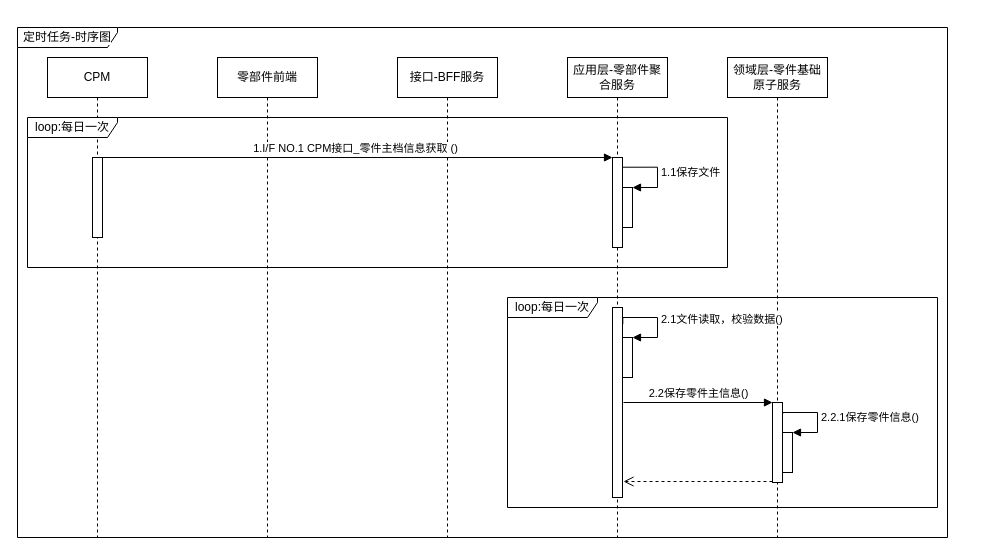
1132489442/gitRepository1 keeps this draw.io diagram as page "定时任务-行为图" (2 of 4) of 零件主信息.drawio. Above is the earlier version. Source tidied: cells renumbered, new cells numbered last; positions are measured from the earlier drawing's top-left corner, leaving out a move shared by most shapes. Both pictures are drawn from the tidied source at 100%, with x=0, y=0 at pixel (17, 27).
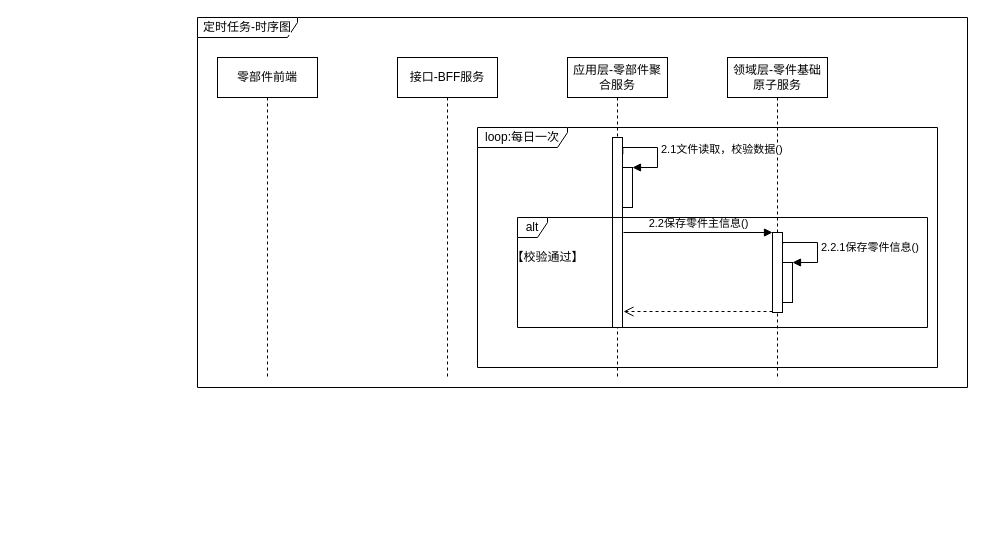
The same diagram, later.

What changed in the source:
```diff
@@
     <mxCell id="2" value="领域层-零件基础原子服务" style="shape=umlLifeline;perimeter=lifelinePerimeter;whiteSpace=wrap;html=1;labelBackgroundColor=#FFFFFF;fillColor=#FFFFFF;" parent="1" vertex="1">
-      <mxGeometry x="710" y="30" width="100" height="480" as="geometry" />
+      <mxGeometry x="710" y="30" width="100" height="320" as="geometry" />
     </mxCell>
     <mxCell id="3" style="html=1;points=[];perimeter=orthogonalPerimeter;labelBackgroundColor=#FFFFFF;fillColor=#FFFFFF;" parent="2" vertex="1">
-      <mxGeometry x="45" y="345" width="10" height="80" as="geometry" />
+      <mxGeometry x="45" y="175" width="10" height="80" as="geometry" />
     </mxCell>
     <mxCell id="4" style="html=1;points=[];perimeter=orthogonalPerimeter;labelBackgroundColor=#FFFFFF;fillColor=#FFFFFF;" parent="2" vertex="1">
-      <mxGeometry x="55" y="375" width="10" height="40" as="geometry" />
+      <mxGeometry x="55" y="205" width="10" height="40" as="geometry" />
     </mxCell>
     <mxCell id="5" value="2.2.1保存零件信息()" style="edgeStyle=orthogonalEdgeStyle;html=1;align=left;spacingLeft=2;endArrow=block;rounded=0;entryX=1;entryY=0;exitX=1.018;exitY=0.143;exitDx=0;exitDy=0;exitPerimeter=0;" parent="2" edge="1" source="3" target="4">
       <mxGeometry relative="1" as="geometry">
         <Array as="points">
-          <mxPoint x="55" y="355" />
-          <mxPoint x="90" y="355" />
-          <mxPoint x="90" y="375" />
+          <mxPoint x="55" y="185" />
+          <mxPoint x="90" y="185" />
+          <mxPoint x="90" y="205" />
         </Array>
       </mxGeometry>
     </mxCell>
     <mxCell id="6" value="应用层-零部件聚合服务" style="shape=umlLifeline;perimeter=lifelinePerimeter;whiteSpace=wrap;html=1;labelBackgroundColor=#FFFFFF;fillColor=#FFFFFF;" parent="1" vertex="1">
-      <mxGeometry x="550" y="30" width="100" height="480" as="geometry" />
+      <mxGeometry x="550" y="30" width="100" height="320" as="geometry" />
     </mxCell>
-    <mxCell id="7" style="html=1;points=[];perimeter=orthogonalPerimeter;labelBackgroundColor=#FFFFFF;fillColor=#FFFFFF;" parent="6" vertex="1">
-      <mxGeometry x="45" y="100" width="10" height="90" as="geometry" />
-    </mxCell>
     <mxCell id="8" style="html=1;points=[];perimeter=orthogonalPerimeter;labelBackgroundColor=#FFFFFF;fillColor=#FFFFFF;" parent="6" vertex="1">
-      <mxGeometry x="45" y="250" width="10" height="190" as="geometry" />
+      <mxGeometry x="45" y="80" width="10" height="190" as="geometry" />
     </mxCell>
-    <mxCell id="9" style="html=1;points=[];perimeter=orthogonalPerimeter;labelBackgroundColor=#FFFFFF;fillColor=#FFFFFF;" parent="6" vertex="1">
-      <mxGeometry x="55" y="130" width="10" height="40" as="geometry" />
-    </mxCell>
-    <mxCell id="10" value="1.1保存文件" style="edgeStyle=orthogonalEdgeStyle;html=1;align=left;spacingLeft=2;endArrow=block;rounded=0;entryX=1;entryY=0;exitX=1.014;exitY=0.108;exitDx=0;exitDy=0;exitPerimeter=0;" parent="6" edge="1" source="7" target="9">
-      <mxGeometry relative="1" as="geometry">
-        <Array as="points">
-          <mxPoint x="90" y="110" />
-          <mxPoint x="90" y="130" />
-        </Array>
-      </mxGeometry>
-    </mxCell>
     <mxCell id="11" style="html=1;points=[];perimeter=orthogonalPerimeter;labelBackgroundColor=#FFFFFF;fillColor=#FFFFFF;" parent="6" vertex="1">
-      <mxGeometry x="55" y="280" width="10" height="40" as="geometry" />
+      <mxGeometry x="55" y="110" width="10" height="40" as="geometry" />
     </mxCell>
     <mxCell id="12" value="2.1文件读取，校验数据()" style="edgeStyle=orthogonalEdgeStyle;html=1;align=left;spacingLeft=2;endArrow=block;rounded=0;entryX=1;entryY=0;exitX=1.033;exitY=0.088;exitDx=0;exitDy=0;exitPerimeter=0;" parent="6" edge="1" source="8" target="11">
       <mxGeometry relative="1" as="geometry">
         <Array as="points">
-          <mxPoint x="90" y="260" />
-          <mxPoint x="90" y="280" />
+          <mxPoint x="90" y="90" />
+          <mxPoint x="90" y="110" />
         </Array>
       </mxGeometry>
     </mxCell>
     <mxCell id="13" value="接口-BFF服务" style="shape=umlLifeline;perimeter=lifelinePerimeter;whiteSpace=wrap;html=1;labelBackgroundColor=#FFFFFF;fillColor=#FFFFFF;" parent="1" vertex="1">
-      <mxGeometry x="380" y="30" width="100" height="480" as="geometry" />
+      <mxGeometry x="380" y="30" width="100" height="320" as="geometry" />
     </mxCell>
     <mxCell id="14" value="零部件前端" style="shape=umlLifeline;perimeter=lifelinePerimeter;whiteSpace=wrap;html=1;labelBackgroundColor=#FFFFFF;fillColor=#FFFFFF;" parent="1" vertex="1">
-      <mxGeometry x="200" y="30" width="100" height="480" as="geometry" />
+      <mxGeometry x="200" y="30" width="100" height="320" as="geometry" />
     </mxCell>
-    <mxCell id="15" value="CPM" style="shape=umlLifeline;perimeter=lifelinePerimeter;whiteSpace=wrap;html=1;labelBackgroundColor=#FFFFFF;fillColor=#FFFFFF;" parent="1" vertex="1">
-      <mxGeometry x="30" y="30" width="100" height="480" as="geometry" />
-    </mxCell>
-    <mxCell id="16" style="html=1;perimeter=orthogonalPerimeter;labelBackgroundColor=#FFFFFF;fillColor=#FFFFFF;" parent="15" vertex="1">
-      <mxGeometry x="45" y="100" width="10" height="80" as="geometry" />
-    </mxCell>
-    <mxCell id="17" value="1.I/F NO.1 CPM接口_零件主档信息获取 ()" style="html=1;verticalAlign=bottom;endArrow=block;entryX=0;entryY=0;rounded=0;" parent="1" edge="1" target="7">
-      <mxGeometry relative="1" as="geometry">
-        <mxPoint x="80" y="130" as="sourcePoint" />
-      </mxGeometry>
-    </mxCell>
     <mxCell id="18" value="2.2保存零件主信息()" style="html=1;verticalAlign=bottom;endArrow=block;entryX=0;entryY=0;rounded=0;" parent="1" edge="1" target="3">
       <mxGeometry relative="1" as="geometry">
-        <mxPoint x="606" y="375" as="sourcePoint" />
+        <mxPoint x="606" y="205" as="sourcePoint" />
       </mxGeometry>
     </mxCell>
     <mxCell id="19" style="html=1;verticalAlign=bottom;endArrow=open;dashed=1;endSize=8;exitX=0;exitY=0.95;rounded=0;" parent="1" edge="1">
       <mxGeometry relative="1" as="geometry">
-        <mxPoint x="755" y="454" as="sourcePoint" />
-        <mxPoint x="606" y="454" as="targetPoint" />
+        <mxPoint x="755" y="284" as="sourcePoint" />
+        <mxPoint x="606" y="284" as="targetPoint" />
       </mxGeometry>
     </mxCell>
-    <mxCell id="20" value="loop:每日一次" style="shape=umlFrame;whiteSpace=wrap;html=1;labelBackgroundColor=#FFFFFF;fillColor=#FFFFFF;width=90;height=20;" parent="1" vertex="1">
-      <mxGeometry x="10" y="90" width="700" height="150" as="geometry" />
-    </mxCell>
     <mxCell id="21" value="loop:每日一次" style="shape=umlFrame;whiteSpace=wrap;html=1;labelBackgroundColor=#FFFFFF;fillColor=#FFFFFF;width=90;height=20;" parent="1" vertex="1">
-      <mxGeometry x="490" y="270" width="430" height="210" as="geometry" />
+      <mxGeometry x="460" y="100" width="460" height="240" as="geometry" />
     </mxCell>
     <mxCell id="22" value="定时任务-时序图" style="shape=umlFrame;whiteSpace=wrap;html=1;labelBackgroundColor=#FFFFFF;fillColor=#FFFFFF;width=100;height=20;" parent="1" vertex="1">
-      <mxGeometry width="930" height="510" as="geometry" />
+      <mxGeometry x="180" y="-10" width="770" height="370" as="geometry" />
     </mxCell>
+    <mxCell id="23" value="alt" style="shape=umlFrame;whiteSpace=wrap;html=1;width=30;height=20;" parent="1" vertex="1">
+      <mxGeometry x="500" y="190" width="410" height="110" as="geometry" />
+    </mxCell>
+    <mxCell id="24" value="【校验通过】" style="text;html=1;align=center;verticalAlign=middle;strokeColor=none;fillColor=none;" parent="1" vertex="1">
+      <mxGeometry x="485" y="220" width="90" height="20" as="geometry" />
+    </mxCell>
```
